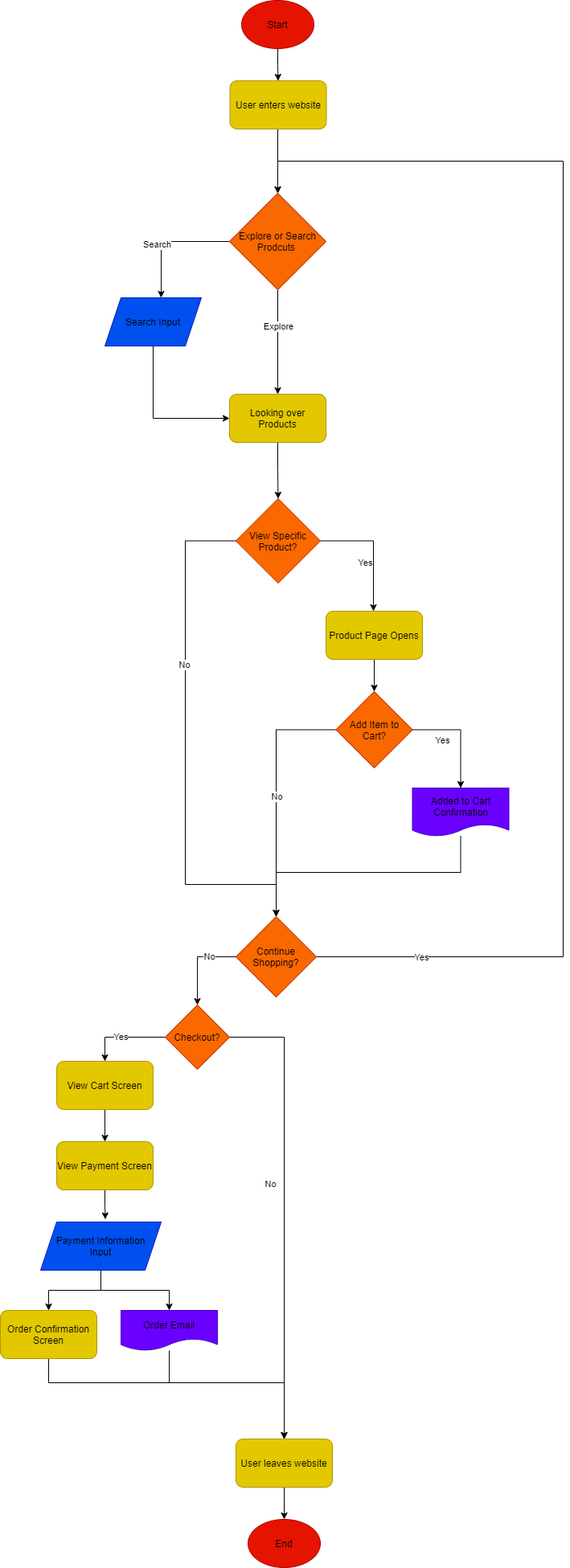
Before: part2/part2.drawio.png, a diagram exported from draw.io (artyom2001/sp21-cse110-lab4). Source tidied: cells renumbered, new cells last; positions are measured from the earlier drawing's top-left corner, leaving out a move shared by most shapes.
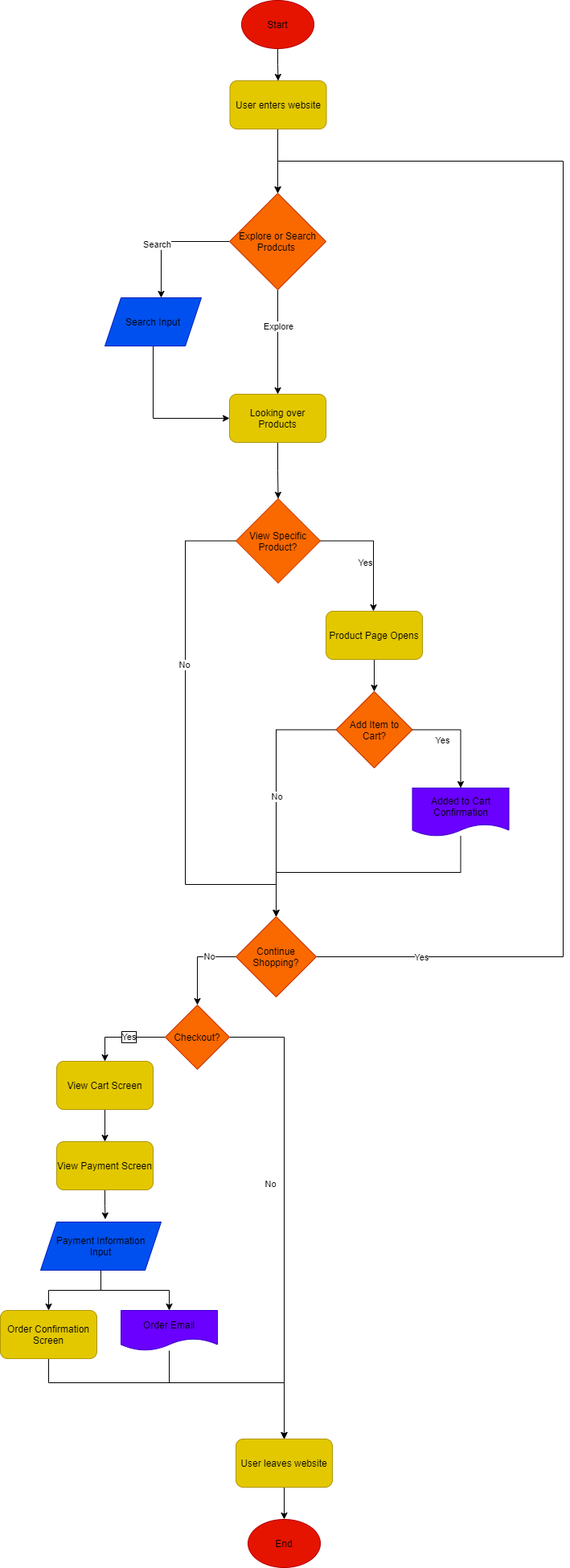
After the commit.

What changed in the source:
```diff
@@ -136,9 +136,9 @@
     <mxCell id="34" style="edgeStyle=orthogonalEdgeStyle;rounded=0;jettySize=auto;exitX=0;exitY=0.5;exitDx=0;exitDy=0;entryX=0.5;entryY=0;entryDx=0;entryDy=0;labelBorderColor=none;html=1;fontColor=#000000;" parent="1" edge="1" source="36" target="42">
       <mxGeometry relative="1" as="geometry" />
     </mxCell>
-    <mxCell id="35" value="Yes" style="edgeLabel;html=1;align=center;verticalAlign=middle;fontColor=#000000;" parent="34" vertex="1">
+    <mxCell id="35" value="Yes" style="edgeLabel;html=1;align=center;verticalAlign=middle;fontColor=#000000;labelBorderColor=#000000;labelBackgroundColor=#FFFFFF;" parent="34" vertex="1">
       <mxGeometry x="0.27" y="-1" relative="1" as="geometry">
-        <mxPoint x="11.7" y="1" as="offset" />
+        <mxPoint x="21.7" y="1" as="offset" />
       </mxGeometry>
     </mxCell>
     <mxCell id="36" value="Checkout?" style="rhombus;whiteSpace=wrap;fillColor=#fa6800;strokeColor=#C73500;labelBorderColor=none;html=1;fontColor=#000000;" parent="1" vertex="1">
```
